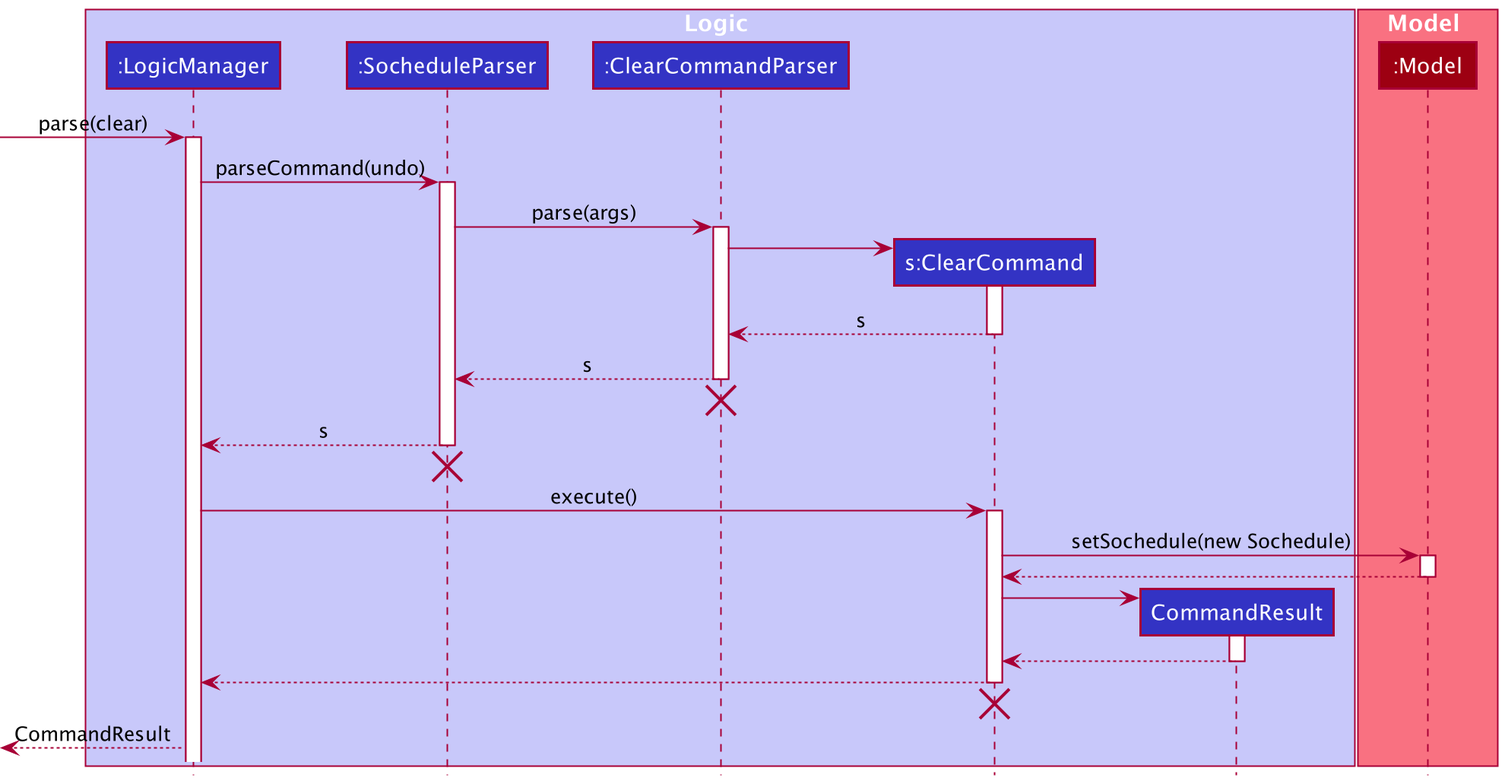
nus-cs2103-AY2021S2/tp keeps this PlantUML diagram as docs/images/ClearCommandSequenceDiagram.png. Above is the earlier version.
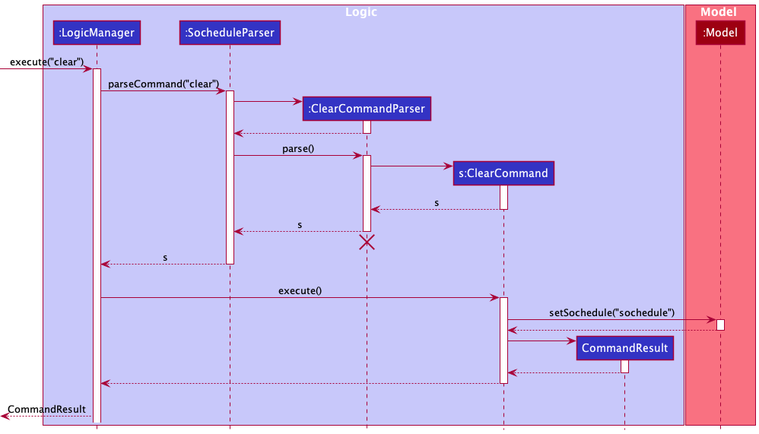
The same diagram one commit later.

What changed in the source:
```diff
@@ -13,13 +13,20 @@
 participant ":Model" as Model MODEL_COLOR
 end box
 
-[-> LogicManager : parse(clear)
+[-> LogicManager : execute("clear")
 activate LogicManager
 
-LogicManager -> SocheduleParser : parseCommand(undo)
+LogicManager -> SocheduleParser : parseCommand("clear")
 activate SocheduleParser
 
-SocheduleParser -> ClearCommandParser: parse(args)
+create ClearCommandParser
+SocheduleParser -> ClearCommandParser
+activate ClearCommandParser
+
+ClearCommandParser --> SocheduleParser
+deactivate ClearCommandParser
+
+SocheduleParser -> ClearCommandParser: parse()
 activate ClearCommandParser
 
 create ClearCommand
@@ -36,12 +43,11 @@
 LogicManager <-- SocheduleParser : s
 deactivate SocheduleParser
 SocheduleParser -[hidden]->[
-destroy SocheduleParser
 
 LogicManager -> ClearCommand : execute()
 activate ClearCommand
 
-ClearCommand -> Model : setSochedule(new Sochedule)
+ClearCommand -> Model : setSochedule("sochedule")
 activate Model
 ClearCommand <-- Model
 deactivate Model
@@ -55,7 +61,6 @@
 LogicManager <-- ClearCommand
 deactivate ClearCommand
 ClearCommand -[hidden]->[
-destroy ClearCommand
 
 [<-- LogicManager : CommandResult
 @enduml
```
